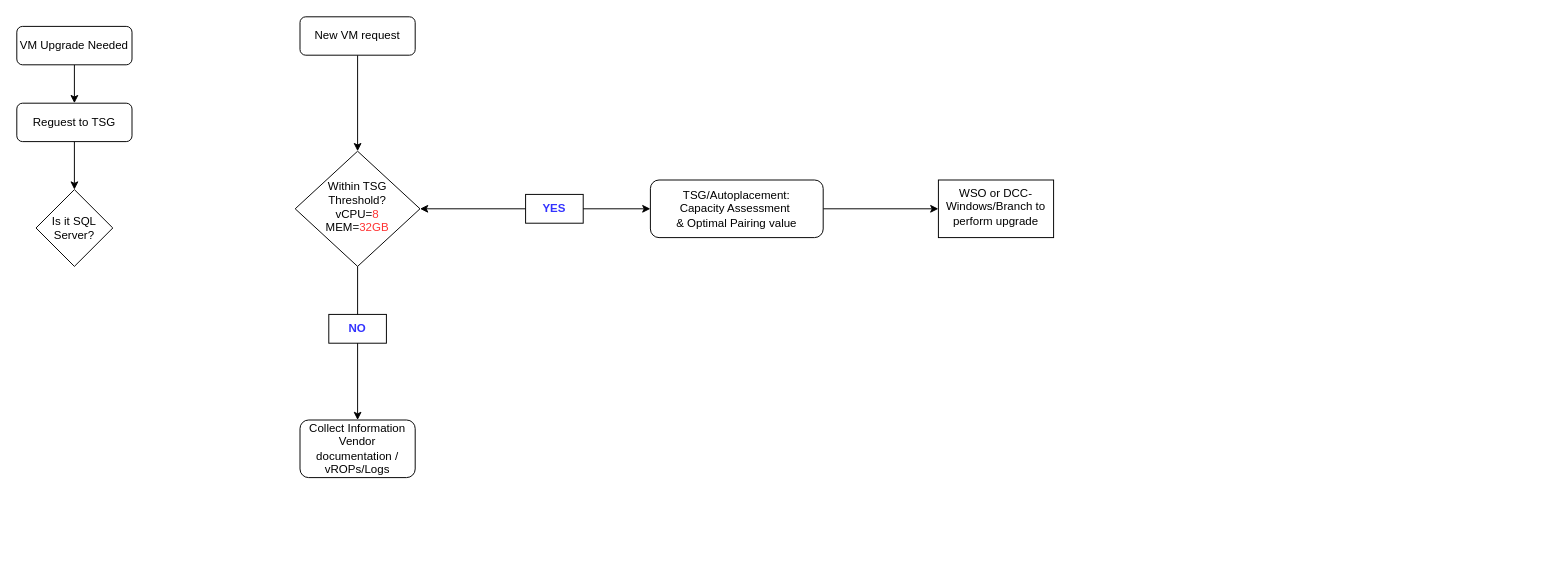
Before: vm-sizes-approval.drawio in shariashaari/Diagrams, a draw.io diagram. Source tidied: cells renumbered, new cells numbered last; positions are measured from the earlier drawing's top-left corner, leaving out a move shared by most shapes. Both pictures are drawn from the tidied source at 96%, with x=0, y=0 at pixel (16, 16).
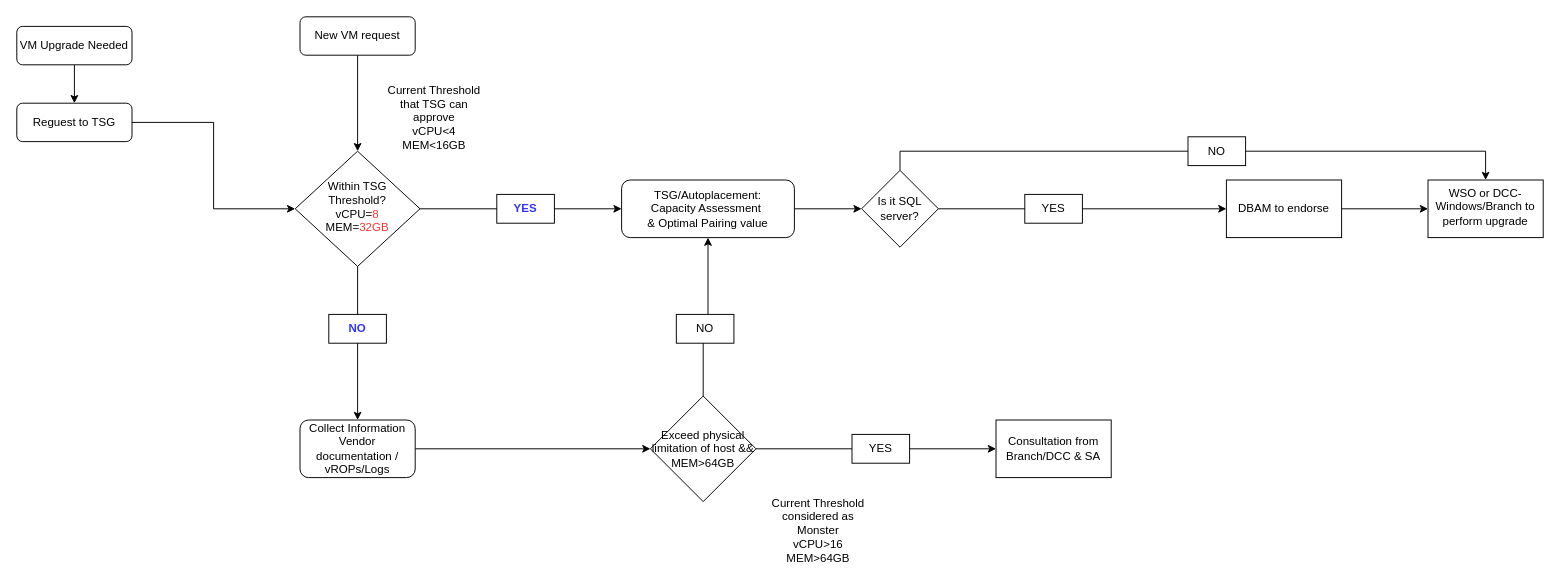
The same page after the edit.

Unchanged cells that the change refers to:
```xml
<mxCell id="5" value="Within TSG Threshold?&lt;br&gt;vCPU=&lt;font color=&quot;#ff3333&quot;&gt;8&lt;/font&gt;&lt;br&gt;MEM=&lt;font color=&quot;#ff3333&quot;&gt;32GB&lt;/font&gt;" style="rhombus;whiteSpace=wrap;html=1;shadow=0;fontFamily=Helvetica;fontSize=12;align=center;strokeWidth=1;spacing=6;spacingTop=-4;" parent="1" vertex="1">
  <mxGeometry x="290" y="140" width="130" height="120" as="geometry" />
</mxCell>
<mxCell id="7" value="Reguest to TSG" style="whiteSpace=wrap;html=1;rounded=1;glass=0;strokeWidth=1;shadow=0;" parent="1" vertex="1">
  <mxGeometry y="90" width="120" height="40" as="geometry" />
</mxCell>
<mxCell id="11" value="Collect Information&lt;br&gt;Vendor documentation / vROPs/Logs" style="whiteSpace=wrap;html=1;rounded=1;glass=0;strokeWidth=1;shadow=0;" parent="1" vertex="1">
  <mxGeometry x="295" y="420" width="120" height="60" as="geometry" />
</mxCell>
```

Diff of the diagram source:
```diff
@@
+    <mxCell id="12" style="edgeStyle=orthogonalEdgeStyle;rounded=0;jettySize=auto;html=1;entryX=0;entryY=0.5;entryDx=0;entryDy=0;startArrow=none;" parent="1" edge="1" source="14" target="16">
+      <mxGeometry relative="1" as="geometry" />
+    </mxCell>
@@
-    <mxCell id="6" style="edgeStyle=orthogonalEdgeStyle;rounded=0;jettySize=auto;html=1;" parent="1" edge="1" source="7" target="19">
-      <mxGeometry relative="1" as="geometry" />
-    </mxCell>
+    <mxCell id="20" style="edgeStyle=orthogonalEdgeStyle;rounded=0;jettySize=auto;html=1;entryX=0;entryY=0.5;entryDx=0;entryDy=0;" parent="1" edge="1" source="7" target="5">
+      <mxGeometry relative="1" as="geometry" />
+    </mxCell>
@@
     <mxCell id="10" value="WSO or DCC-Windows/Branch to perform upgrade" style="whiteSpace=wrap;html=1;shadow=0;strokeWidth=1;spacing=6;spacingTop=-4;" parent="1" vertex="1">
-      <mxGeometry x="960" y="170" width="120" height="60" as="geometry" />
+      <mxGeometry x="1470" y="170" width="120" height="60" as="geometry" />
     </mxCell>
+    <mxCell id="21" style="edgeStyle=orthogonalEdgeStyle;rounded=0;jettySize=auto;html=1;" parent="1" edge="1" source="11" target="33">
+      <mxGeometry relative="1" as="geometry" />
+    </mxCell>
@@
-    <mxCell id="12" style="edgeStyle=orthogonalEdgeStyle;rounded=0;jettySize=auto;html=1;fontColor=#3333FF;" parent="1" edge="1" source="14" target="16">
-      <mxGeometry relative="1" as="geometry" />
-    </mxCell>
-    <mxCell id="13" style="edgeStyle=orthogonalEdgeStyle;rounded=0;jettySize=auto;html=1;fontColor=#000000;" parent="1" edge="1" source="14" target="5">
-      <mxGeometry relative="1" as="geometry" />
-    </mxCell>
-    <mxCell id="14" value="YES" style="text;html=1;strokeColor=default;fillColor=none;align=center;verticalAlign=middle;whiteSpace=wrap;rounded=0;fontColor=#3333FF;fontStyle=1;" parent="1" vertex="1">
-      <mxGeometry x="530" y="185" width="60" height="30" as="geometry" />
-    </mxCell>
-    <mxCell id="15" style="edgeStyle=orthogonalEdgeStyle;rounded=0;jettySize=auto;html=1;fontColor=#000000;" parent="1" edge="1" source="16" target="10">
-      <mxGeometry relative="1" as="geometry" />
-    </mxCell>
+    <mxCell id="22" style="edgeStyle=orthogonalEdgeStyle;rounded=0;jettySize=auto;html=1;" parent="1" edge="1" source="16" target="26">
+      <mxGeometry relative="1" as="geometry" />
+    </mxCell>
     <mxCell id="16" value="TSG/Autoplacement:&lt;br&gt;Capacity Assessment&amp;nbsp;&lt;br&gt;&amp;amp; Optimal Pairing value" style="whiteSpace=wrap;html=1;rounded=1;glass=0;strokeWidth=1;shadow=0;" parent="1" vertex="1">
-      <mxGeometry x="660" y="170" width="180" height="60" as="geometry" />
+      <mxGeometry x="630" y="170" width="180" height="60" as="geometry" />
     </mxCell>
@@
-    <mxCell id="19" value="Is it SQL Server?" style="rhombus;whiteSpace=wrap;html=1;" parent="1" vertex="1">
-      <mxGeometry x="20" y="180" width="80" height="80" as="geometry" />
-    </mxCell>
+    <mxCell id="14" value="YES" style="text;html=1;strokeColor=default;fillColor=none;align=center;verticalAlign=middle;whiteSpace=wrap;rounded=0;fontColor=#3333FF;fontStyle=1;" parent="1" vertex="1">
+      <mxGeometry x="500" y="185" width="60" height="30" as="geometry" />
+    </mxCell>
+    <mxCell id="23" style="edgeStyle=orthogonalEdgeStyle;rounded=0;jettySize=auto;html=1;entryX=0;entryY=0.5;entryDx=0;entryDy=0;endArrow=none;" parent="1" edge="1" source="5" target="14">
+      <mxGeometry relative="1" as="geometry" />
+    </mxCell>
+    <mxCell id="24" style="edgeStyle=orthogonalEdgeStyle;rounded=0;jettySize=auto;html=1;entryX=0.5;entryY=0;entryDx=0;entryDy=0;" parent="1" edge="1" source="26" target="10">
+      <mxGeometry relative="1" as="geometry">
+        <Array as="points">
+          <mxPoint x="920" y="140" />
+          <mxPoint x="1530" y="140" />
+        </Array>
+      </mxGeometry>
+    </mxCell>
+    <mxCell id="25" style="edgeStyle=orthogonalEdgeStyle;rounded=0;jettySize=auto;html=1;" parent="1" edge="1" source="26" target="28">
+      <mxGeometry relative="1" as="geometry" />
+    </mxCell>
+    <mxCell id="26" value="Is it SQL server?" style="rhombus;whiteSpace=wrap;html=1;" parent="1" vertex="1">
+      <mxGeometry x="880" y="160" width="80" height="80" as="geometry" />
+    </mxCell>
+    <mxCell id="27" style="edgeStyle=orthogonalEdgeStyle;rounded=0;jettySize=auto;html=1;" parent="1" edge="1" source="28" target="10">
+      <mxGeometry relative="1" as="geometry" />
+    </mxCell>
+    <mxCell id="28" value="DBAM to endorse" style="whiteSpace=wrap;html=1;" parent="1" vertex="1">
+      <mxGeometry x="1260" y="170" width="120" height="60" as="geometry" />
+    </mxCell>
+    <mxCell id="29" value="YES" style="text;html=1;strokeColor=default;fillColor=default;align=center;verticalAlign=middle;whiteSpace=wrap;rounded=0;" parent="1" vertex="1">
+      <mxGeometry x="1050" y="185" width="60" height="30" as="geometry" />
+    </mxCell>
+    <mxCell id="30" value="NO" style="text;html=1;strokeColor=default;fillColor=default;align=center;verticalAlign=middle;whiteSpace=wrap;rounded=0;" parent="1" vertex="1">
+      <mxGeometry x="1220" y="125" width="60" height="30" as="geometry" />
+    </mxCell>
+    <mxCell id="31" style="edgeStyle=orthogonalEdgeStyle;rounded=0;jettySize=auto;html=1;" parent="1" edge="1" source="33" target="34">
+      <mxGeometry relative="1" as="geometry" />
+    </mxCell>
+    <mxCell id="32" style="edgeStyle=orthogonalEdgeStyle;rounded=0;jettySize=auto;html=1;" parent="1" edge="1" source="33" target="16">
+      <mxGeometry relative="1" as="geometry" />
+    </mxCell>
+    <mxCell id="33" value="Exceed physical limitation of host &amp;amp;&amp;amp; MEM&amp;gt;64GB" style="rhombus;whiteSpace=wrap;html=1;rounded=0;glass=0;strokeWidth=1;shadow=0;" parent="1" vertex="1">
+      <mxGeometry x="660" y="395" width="110" height="110" as="geometry" />
+    </mxCell>
+    <mxCell id="34" value="Consultation from Branch/DCC &amp;amp; SA" style="whiteSpace=wrap;html=1;rounded=0;glass=0;strokeWidth=1;shadow=0;" parent="1" vertex="1">
+      <mxGeometry x="1020" y="420" width="120" height="60" as="geometry" />
+    </mxCell>
+    <mxCell id="35" value="NO" style="text;html=1;strokeColor=default;fillColor=default;align=center;verticalAlign=middle;whiteSpace=wrap;rounded=0;" parent="1" vertex="1">
+      <mxGeometry x="687" y="310" width="60" height="30" as="geometry" />
+    </mxCell>
+    <mxCell id="36" value="YES" style="text;html=1;strokeColor=default;fillColor=default;align=center;verticalAlign=middle;whiteSpace=wrap;rounded=0;" parent="1" vertex="1">
+      <mxGeometry x="870" y="435" width="60" height="30" as="geometry" />
+    </mxCell>
+    <mxCell id="37" value="Current Threshold that TSG can approve&lt;br&gt;vCPU&amp;lt;4&lt;br&gt;MEM&amp;lt;16GB" style="text;html=1;strokeColor=none;fillColor=none;align=center;verticalAlign=middle;whiteSpace=wrap;rounded=0;" parent="1" vertex="1">
+      <mxGeometry x="380" y="70" width="110" height="70" as="geometry" />
+    </mxCell>
+    <mxCell id="38" value="Current Threshold considered as Monster&lt;br&gt;vCPU&amp;gt;16&lt;br&gt;MEM&amp;gt;64GB" style="text;html=1;strokeColor=none;fillColor=none;align=center;verticalAlign=middle;whiteSpace=wrap;rounded=0;" parent="1" vertex="1">
+      <mxGeometry x="780" y="500" width="110" height="70" as="geometry" />
+    </mxCell>
```
